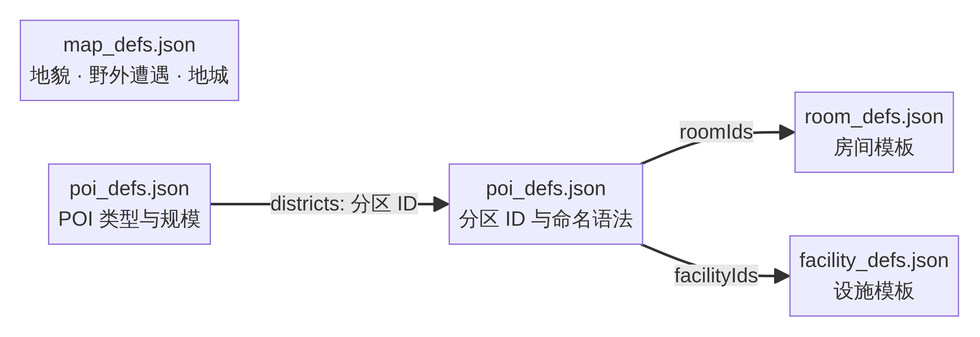
Above: docs/地图数据表结构.png in sanguodxj-byte/rimisekai (Mermaid), before the change. Its source is kept beside it as docs/地图数据表结构.mmd. Source of this version:
```mermaid
flowchart LR
    M[map_defs.json<br/>地貌 · 野外遭遇 · 地城]
    P[poi_defs.json<br/>POI 类型与规模]
    D[poi_defs.json<br/>分区 ID 与命名语法]
    R[room_defs.json<br/>房间模板]
    F[facility_defs.json<br/>设施模板]
    P -->|districts: 分区 ID| D
    D -->|roomIds| R
    D -->|facilityIds| F
```
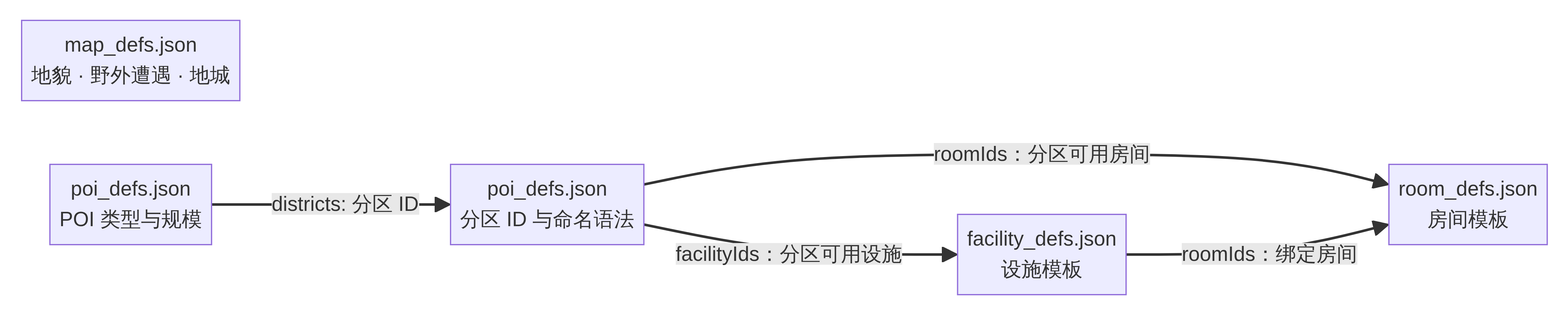
After the change.

Diff of the diagram source:
```diff
@@ -5,5 +5,6 @@
     R[room_defs.json<br/>房间模板]
     F[facility_defs.json<br/>设施模板]
     P -->|districts: 分区 ID| D
-    D -->|roomIds| R
-    D -->|facilityIds| F
+    D -->|roomIds：分区可用房间| R
+    D -->|facilityIds：分区可用设施| F
+    F -->|roomIds：绑定房间| R
```
